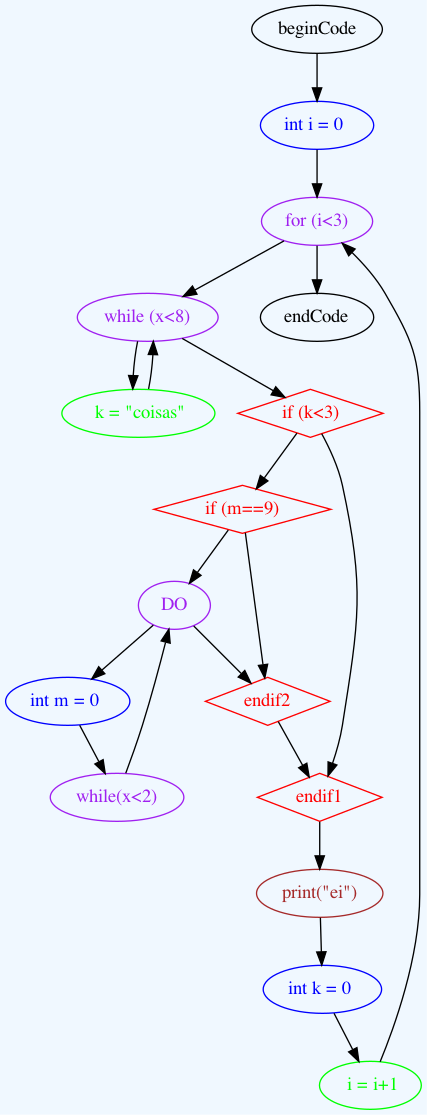
Before: TP3/doctest-output/grammar.gv.png, a diagram exported from Graphviz (saracqueiros/EG22). Its source is kept beside it as TP3/doctest-output/grammar.gv.
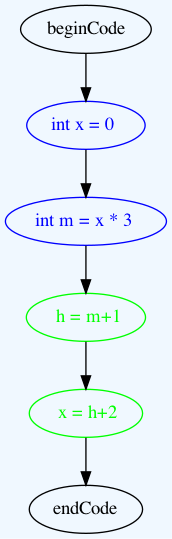
Later version of the same file.

What changed in the source:
```diff
@@ -1,37 +1,12 @@
 digraph grammar {
 	graph [bgcolor=aliceblue rankdir=TB]
-	"int i = 0 " [color=blue fontcolor=blue]
-	beginCode -> "int i = 0 "
-	"for (i<3)" [color=purple fontcolor=purple]
-	"int i = 0 " -> "for (i<3)"
-	" i = i+1" [color=green fontcolor=green]
-	" i = i+1" -> "for (i<3)"
-	"while (x<8)" [color=purple fontcolor=purple]
-	"for (i<3)" -> "while (x<8)"
-	" k = \"coisas\"" [color=green fontcolor=green]
-	"while (x<8)" -> " k = \"coisas\""
-	" k = \"coisas\"" -> "while (x<8)"
-	"if (k<3)" [color=red fontcolor=red shape=diamond]
-	"while (x<8)" -> "if (k<3)"
-	"if (m==9)" [color=red fontcolor=red shape=diamond]
-	"if (k<3)" -> "if (m==9)"
-	DO [color=purple fontcolor=purple]
-	"if (m==9)" -> DO
-	"int m = 0 " [color=blue fontcolor=blue]
-	DO -> "int m = 0 "
-	"while(x<2)" [color=purple fontcolor=purple]
-	"int m = 0 " -> "while(x<2)"
-	"while(x<2)" -> DO
-	endif2 [color=red fontcolor=red shape=diamond]
-	DO -> endif2
-	"if (m==9)" -> endif2
-	endif1 [color=red fontcolor=red shape=diamond]
-	endif2 -> endif1
-	"if (k<3)" -> endif1
-	"print(\"ei\")" [color=brown fontcolor=brown]
-	endif1 -> "print(\"ei\")"
-	"int k = 0 " [color=blue fontcolor=blue]
-	"print(\"ei\")" -> "int k = 0 "
-	"int k = 0 " -> " i = i+1"
-	"for (i<3)" -> endCode
+	"int x = 0 " [color=blue fontcolor=blue]
+	beginCode -> "int x = 0 "
+	"int m = x * 3 " [color=blue fontcolor=blue]
+	"int x = 0 " -> "int m = x * 3 "
+	" h = m+1" [color=green fontcolor=green]
+	"int m = x * 3 " -> " h = m+1"
+	" x = h+2" [color=green fontcolor=green]
+	" h = m+1" -> " x = h+2"
+	" x = h+2" -> endCode
 }
```
